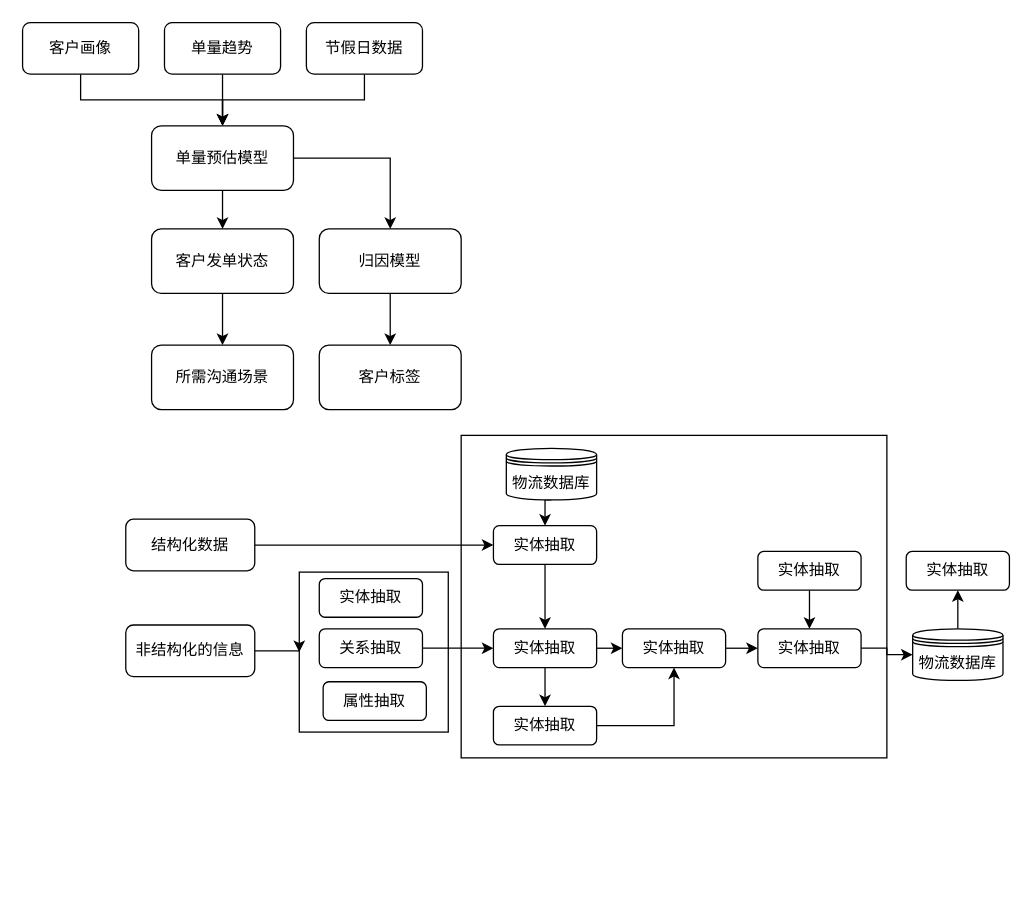
JintaiYang/drawio keeps this draw.io diagram as 专利.drawio. Above is the earlier version. Source tidied: cells renumbered, new cells numbered last; positions are measured from the earlier drawing's top-left corner, leaving out a move shared by most shapes. Both pictures are drawn from the tidied source at 129%, with x=0, y=0 at pixel (22, 22).
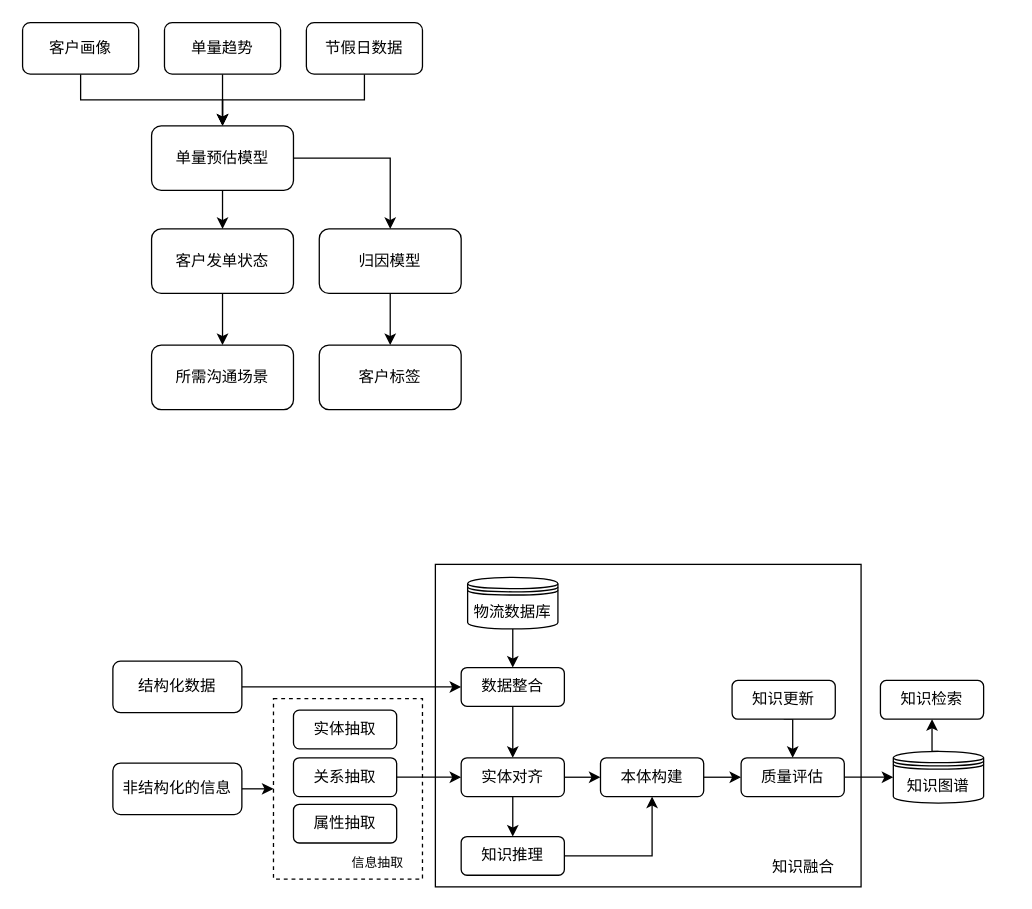
Above is the later version.

The edit, as a diff of the source:
```diff
@@
-    <mxCell id="2" style="rounded=0;whiteSpace=wrap;html=1;" parent="1" vertex="1">
-      <mxGeometry x="340" y="320" width="330" height="250" as="geometry" />
+    <mxCell id="2" style="rounded=0;whiteSpace=wrap;html=1;fillColor=none;" parent="1" vertex="1">
+      <mxGeometry x="320" y="420" width="330" height="250" as="geometry" />
     </mxCell>
-    <mxCell id="3" style="rounded=0;whiteSpace=wrap;html=1;" parent="1" vertex="1">
-      <mxGeometry x="214.5" y="426" width="115.5" height="124" as="geometry" />
+    <mxCell id="3" style="rounded=0;whiteSpace=wrap;html=1;fillColor=none;dashed=1;" parent="1" vertex="1">
+      <mxGeometry x="194.5" y="524" width="115.5" height="140" as="geometry" />
     </mxCell>
@@
     <mxCell id="20" value="结构化数据" style="rounded=1;whiteSpace=wrap;html=1;" parent="1" vertex="1">
-      <mxGeometry x="80" y="385" width="100" height="40" as="geometry" />
+      <mxGeometry x="70" y="495" width="100" height="40" as="geometry" />
     </mxCell>
@@
     <mxCell id="22" value="非结构化的信息" style="rounded=1;whiteSpace=wrap;html=1;" parent="1" vertex="1">
-      <mxGeometry x="80" y="467" width="100" height="40" as="geometry" />
+      <mxGeometry x="70" y="574" width="100" height="40" as="geometry" />
     </mxCell>
@@
     <mxCell id="24" value="关系抽取" style="rounded=1;whiteSpace=wrap;html=1;" parent="1" vertex="1">
-      <mxGeometry x="230" y="470" width="80" height="30" as="geometry" />
+      <mxGeometry x="210" y="570" width="80" height="30" as="geometry" />
     </mxCell>
     <mxCell id="25" value="属性抽取" style="rounded=1;whiteSpace=wrap;html=1;" parent="1" vertex="1">
-      <mxGeometry x="233" y="511" width="80" height="30" as="geometry" />
+      <mxGeometry x="210" y="606" width="80" height="30" as="geometry" />
     </mxCell>
     <mxCell id="26" value="实体抽取" style="rounded=1;whiteSpace=wrap;html=1;" parent="1" vertex="1">
-      <mxGeometry x="230" y="431" width="80" height="30" as="geometry" />
+      <mxGeometry x="210" y="533" width="80" height="30" as="geometry" />
     </mxCell>
@@
     <mxCell id="28" value="物流数据库" style="shape=datastore;whiteSpace=wrap;html=1;" parent="1" vertex="1">
-      <mxGeometry x="375" y="330" width="70" height="40" as="geometry" />
+      <mxGeometry x="345" y="430" width="70" height="40" as="geometry" />
     </mxCell>
@@
-    <mxCell id="30" value="实体抽取" style="rounded=1;whiteSpace=wrap;html=1;" parent="1" vertex="1">
-      <mxGeometry x="365" y="390" width="80" height="30" as="geometry" />
+    <mxCell id="30" value="数据整合" style="rounded=1;whiteSpace=wrap;html=1;" parent="1" vertex="1">
+      <mxGeometry x="340" y="500" width="80" height="30" as="geometry" />
     </mxCell>
@@
-    <mxCell id="33" value="实体抽取" style="rounded=1;whiteSpace=wrap;html=1;" parent="1" vertex="1">
-      <mxGeometry x="365" y="470" width="80" height="30" as="geometry" />
+    <mxCell id="33" value="实体对齐" style="rounded=1;whiteSpace=wrap;html=1;" parent="1" vertex="1">
+      <mxGeometry x="340" y="570" width="80" height="30" as="geometry" />
     </mxCell>
@@
-    <mxCell id="35" value="实体抽取" style="rounded=1;whiteSpace=wrap;html=1;" parent="1" vertex="1">
-      <mxGeometry x="365" y="530" width="80" height="30" as="geometry" />
+    <mxCell id="35" value="知识推理" style="rounded=1;whiteSpace=wrap;html=1;" parent="1" vertex="1">
+      <mxGeometry x="340" y="631" width="80" height="30" as="geometry" />
     </mxCell>
@@
-    <mxCell id="37" value="实体抽取" style="rounded=1;whiteSpace=wrap;html=1;" parent="1" vertex="1">
-      <mxGeometry x="465" y="470" width="80" height="30" as="geometry" />
+    <mxCell id="37" value="本体构建" style="rounded=1;whiteSpace=wrap;html=1;" parent="1" vertex="1">
+      <mxGeometry x="448" y="570" width="80" height="30" as="geometry" />
     </mxCell>
@@
-    <mxCell id="39" value="实体抽取" style="rounded=1;whiteSpace=wrap;html=1;" parent="1" vertex="1">
-      <mxGeometry x="570" y="470" width="80" height="30" as="geometry" />
+    <mxCell id="39" value="质量评估" style="rounded=1;whiteSpace=wrap;html=1;" parent="1" vertex="1">
+      <mxGeometry x="557" y="570" width="80" height="30" as="geometry" />
     </mxCell>
@@
-    <mxCell id="41" value="实体抽取" style="rounded=1;whiteSpace=wrap;html=1;" parent="1" vertex="1">
-      <mxGeometry x="570" y="410" width="80" height="30" as="geometry" />
+    <mxCell id="41" value="知识更新" style="rounded=1;whiteSpace=wrap;html=1;" parent="1" vertex="1">
+      <mxGeometry x="550" y="510" width="80" height="30" as="geometry" />
     </mxCell>
@@
-    <mxCell id="43" value="物流数据库" style="shape=datastore;whiteSpace=wrap;html=1;" parent="1" vertex="1">
-      <mxGeometry x="690" y="470" width="70" height="40" as="geometry" />
+    <mxCell id="43" value="知识图谱" style="shape=datastore;whiteSpace=wrap;html=1;" parent="1" vertex="1">
+      <mxGeometry x="675" y="565" width="70" height="40" as="geometry" />
     </mxCell>
-    <mxCell id="44" value="实体抽取" style="rounded=1;whiteSpace=wrap;html=1;" parent="1" vertex="1">
-      <mxGeometry x="685" y="410" width="80" height="30" as="geometry" />
+    <mxCell id="44" value="知识检索" style="rounded=1;whiteSpace=wrap;html=1;" parent="1" vertex="1">
+      <mxGeometry x="665" y="510" width="80" height="30" as="geometry" />
     </mxCell>
+    <mxCell id="45" value="&lt;font style=&quot;font-size: 10px;&quot;&gt;信息抽取&lt;/font&gt;" style="text;html=1;align=center;verticalAlign=middle;strokeColor=none;fillColor=none;" parent="1" vertex="1">
+      <mxGeometry x="240" y="636" width="70" height="30" as="geometry" />
+    </mxCell>
+    <mxCell id="46" value="知识融合" style="text;html=1;align=center;verticalAlign=middle;strokeColor=none;fillColor=none;" parent="1" vertex="1">
+      <mxGeometry x="570" y="640" width="70" height="30" as="geometry" />
+    </mxCell>
```
